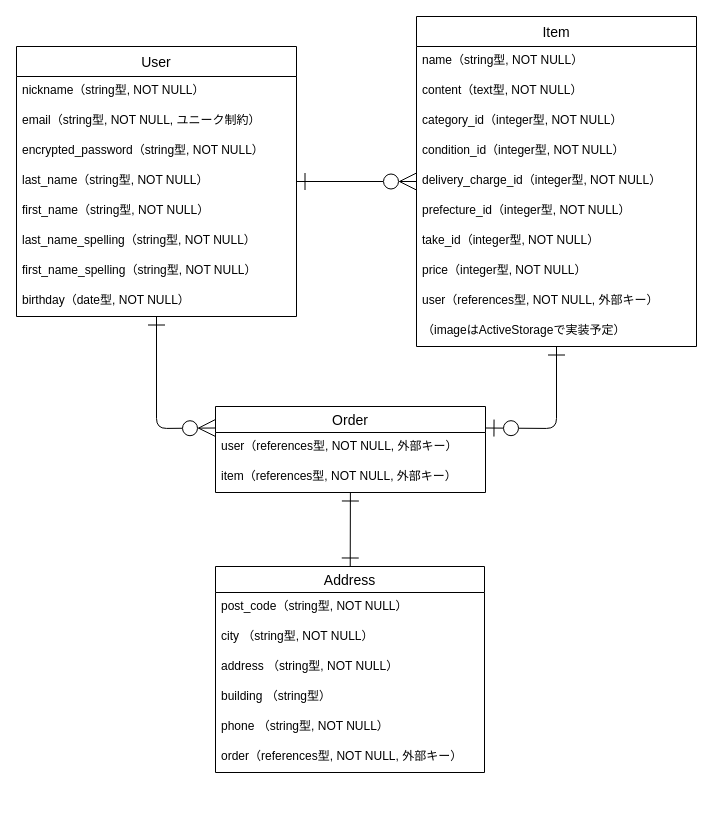
sh-o-kada/furima-38248 keeps this draw.io diagram as furima.dio. Above is the earlier version. Source tidied: cells renumbered, new cells numbered last; positions are measured from the earlier drawing's top-left corner, leaving out a move shared by most shapes. Both pictures are drawn from the tidied source at 100%, with x=0, y=0 at pixel (16, 16).
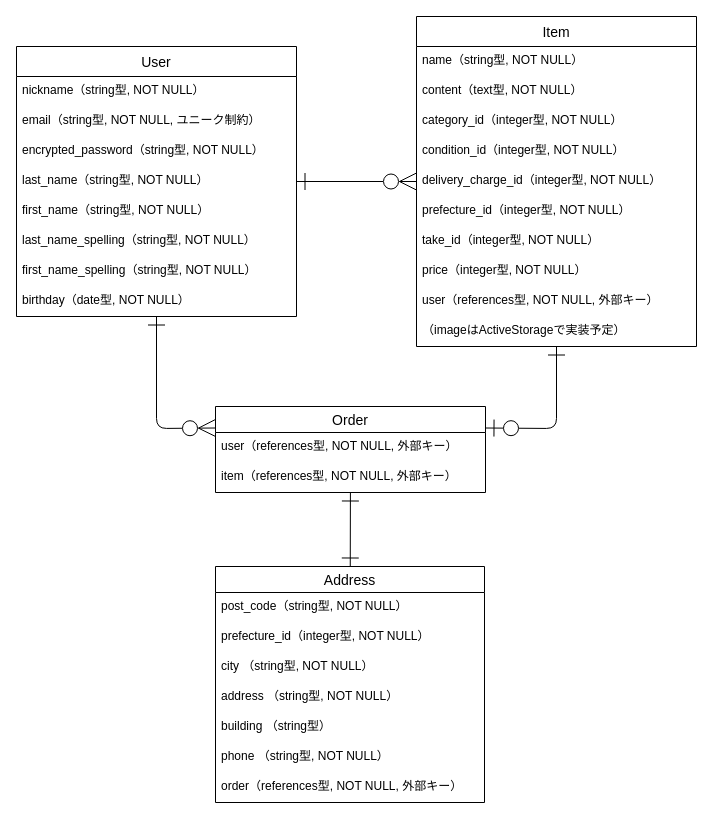
The same page after the edit.

Commit message (it also covers changes not shown here):
データベース設計の修正3

The edit, as a diff of the source:
```diff
@@
     <mxCell id="29" value="Address" style="swimlane;fontStyle=0;horizontal=1;startSize=26;align=center;fontSize=14;" parent="1" vertex="1">
-      <mxGeometry x="199" y="550" width="269" height="206" as="geometry" />
+      <mxGeometry x="199" y="550" width="269" height="236" as="geometry" />
     </mxCell>
@@
+    <mxCell id="36" value="prefecture_id（integer型, NOT NULL）" style="text;strokeColor=none;fillColor=none;spacingLeft=4;spacingRight=4;overflow=hidden;fontSize=12;" parent="29" vertex="1">
+      <mxGeometry y="56" width="269" height="30" as="geometry" />
+    </mxCell>
     <mxCell id="31" value="city （string型, NOT NULL）" style="text;strokeColor=none;fillColor=none;spacingLeft=4;spacingRight=4;overflow=hidden;fontSize=12;" parent="29" vertex="1">
-      <mxGeometry y="56" width="269" height="30" as="geometry" />
+      <mxGeometry y="86" width="269" height="30" as="geometry" />
     </mxCell>
     <mxCell id="32" value="address （string型, NOT NULL）" style="text;strokeColor=none;fillColor=none;spacingLeft=4;spacingRight=4;overflow=hidden;fontSize=12;" parent="29" vertex="1">
-      <mxGeometry y="86" width="269" height="30" as="geometry" />
+      <mxGeometry y="116" width="269" height="30" as="geometry" />
     </mxCell>
     <mxCell id="33" value="building （string型）" style="text;strokeColor=none;fillColor=none;spacingLeft=4;spacingRight=4;overflow=hidden;fontSize=12;" parent="29" vertex="1">
-      <mxGeometry y="116" width="269" height="30" as="geometry" />
+      <mxGeometry y="146" width="269" height="30" as="geometry" />
     </mxCell>
     <mxCell id="34" value="phone （string型, NOT NULL）" style="text;strokeColor=none;fillColor=none;spacingLeft=4;spacingRight=4;overflow=hidden;fontSize=12;" parent="29" vertex="1">
-      <mxGeometry y="146" width="269" height="30" as="geometry" />
+      <mxGeometry y="176" width="269" height="30" as="geometry" />
     </mxCell>
     <mxCell id="35" value="order（references型, NOT NULL, 外部キー）" style="text;strokeColor=none;fillColor=none;spacingLeft=4;spacingRight=4;overflow=hidden;fontSize=12;" parent="29" vertex="1">
-      <mxGeometry y="176" width="269" height="30" as="geometry" />
+      <mxGeometry y="206" width="269" height="30" as="geometry" />
     </mxCell>
```
